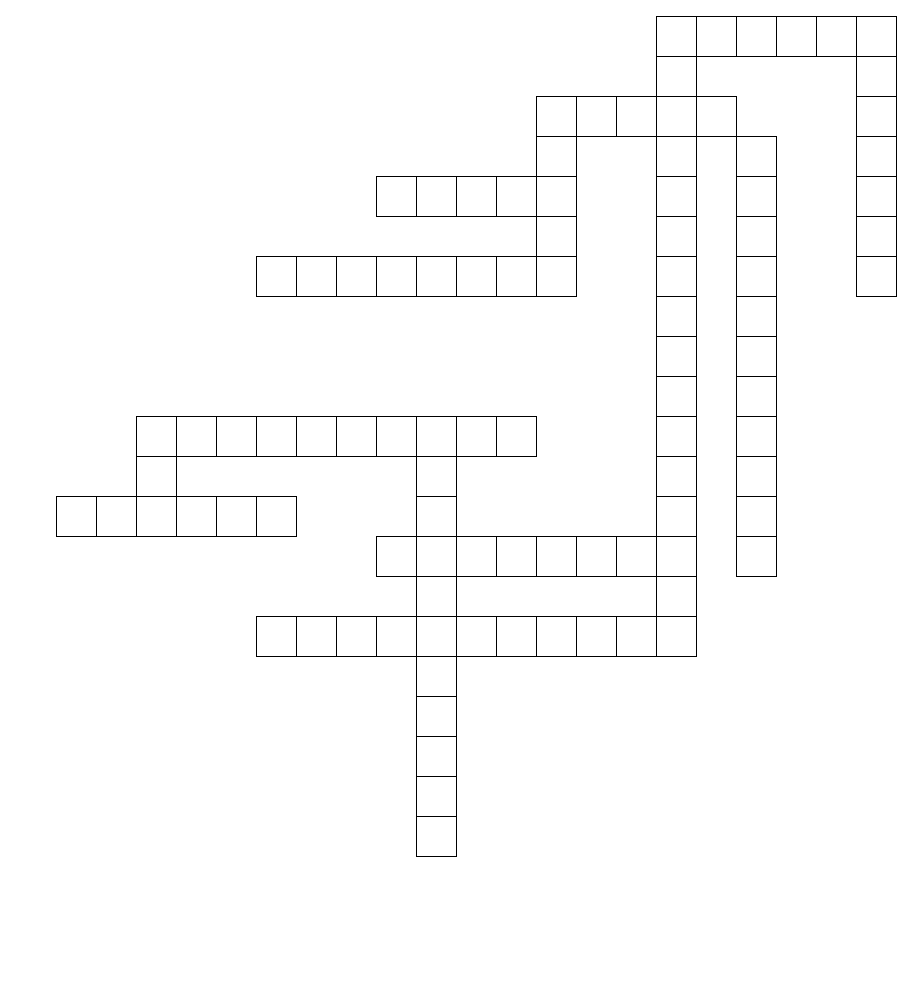
The draw.io diagram Crossword.drawio in GeorgeShvab/diagrams, before the edit. Source tidied: cells renumbered, new cells numbered last; positions are measured from the earlier drawing's top-left corner, leaving out a move shared by most shapes. Both pictures are drawn from the tidied source at 100%, with x=0, y=0 at pixel (56, 16).
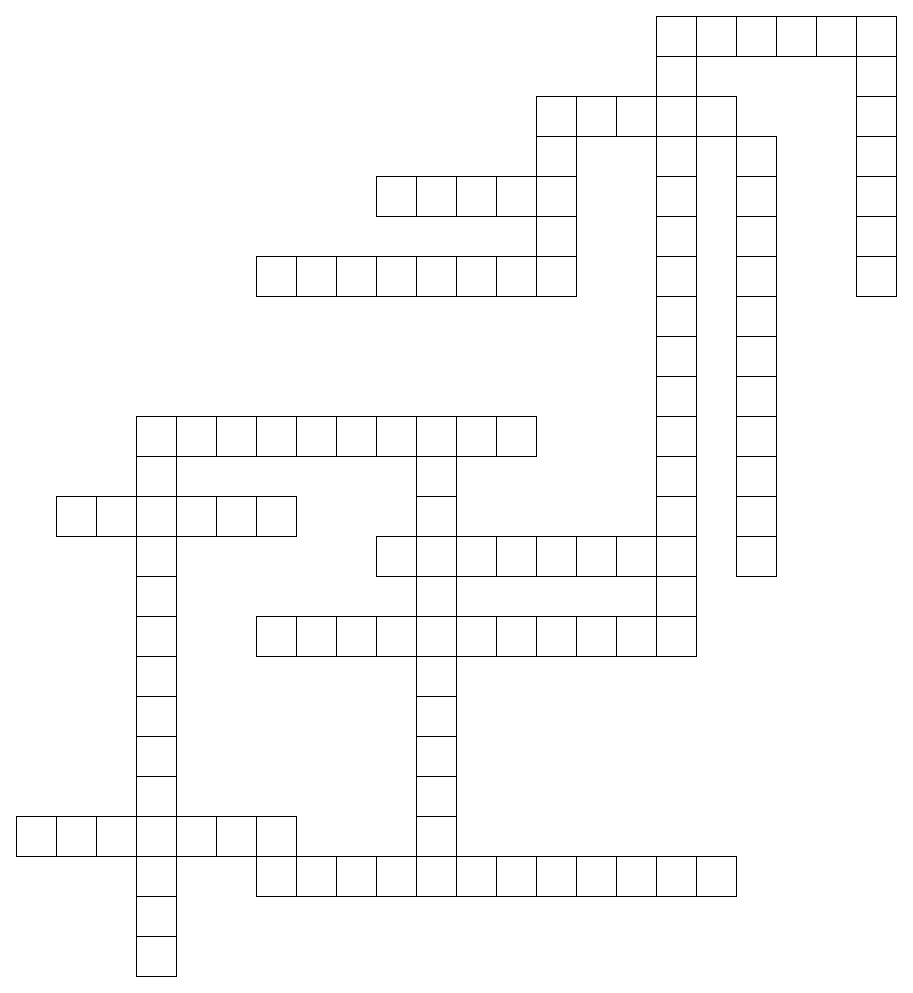
Above is the later version.

The edit, as a diff of the source:
```diff
@@
+    <mxCell id="101" style="rounded=0;whiteSpace=wrap;html=1;" parent="1" vertex="1">
+      <mxGeometry x="200" y="800" width="40" height="40" as="geometry" />
+    </mxCell>
+    <mxCell id="102" style="rounded=0;whiteSpace=wrap;html=1;" parent="1" vertex="1">
+      <mxGeometry x="-40" y="800" width="40" height="40" as="geometry" />
+    </mxCell>
+    <mxCell id="103" style="rounded=0;whiteSpace=wrap;html=1;" parent="1" vertex="1">
+      <mxGeometry x="160" y="800" width="40" height="40" as="geometry" />
+    </mxCell>
+    <mxCell id="104" style="rounded=0;whiteSpace=wrap;html=1;" parent="1" vertex="1">
+      <mxGeometry x="120" y="800" width="40" height="40" as="geometry" />
+    </mxCell>
+    <mxCell id="105" style="rounded=0;whiteSpace=wrap;html=1;" parent="1" vertex="1">
+      <mxGeometry x="80" y="800" width="40" height="40" as="geometry" />
+    </mxCell>
+    <mxCell id="106" style="rounded=0;whiteSpace=wrap;html=1;" parent="1" vertex="1">
+      <mxGeometry x="40" y="800" width="40" height="40" as="geometry" />
+    </mxCell>
+    <mxCell id="107" style="rounded=0;whiteSpace=wrap;html=1;" parent="1" vertex="1">
+      <mxGeometry y="800" width="40" height="40" as="geometry" />
+    </mxCell>
+    <mxCell id="108" style="rounded=0;whiteSpace=wrap;html=1;" parent="1" vertex="1">
+      <mxGeometry x="80" y="840" width="40" height="40" as="geometry" />
+    </mxCell>
+    <mxCell id="109" style="rounded=0;whiteSpace=wrap;html=1;" parent="1" vertex="1">
+      <mxGeometry x="80" y="920" width="40" height="40" as="geometry" />
+    </mxCell>
+    <mxCell id="110" style="rounded=0;whiteSpace=wrap;html=1;" parent="1" vertex="1">
+      <mxGeometry x="80" y="880" width="40" height="40" as="geometry" />
+    </mxCell>
+    <mxCell id="111" style="rounded=0;whiteSpace=wrap;html=1;" parent="1" vertex="1">
+      <mxGeometry x="80" y="560" width="40" height="40" as="geometry" />
+    </mxCell>
+    <mxCell id="112" style="rounded=0;whiteSpace=wrap;html=1;" parent="1" vertex="1">
+      <mxGeometry x="80" y="600" width="40" height="40" as="geometry" />
+    </mxCell>
+    <mxCell id="113" style="rounded=0;whiteSpace=wrap;html=1;" parent="1" vertex="1">
+      <mxGeometry x="80" y="640" width="40" height="40" as="geometry" />
+    </mxCell>
+    <mxCell id="114" style="rounded=0;whiteSpace=wrap;html=1;" parent="1" vertex="1">
+      <mxGeometry x="80" y="760" width="40" height="40" as="geometry" />
+    </mxCell>
+    <mxCell id="115" style="rounded=0;whiteSpace=wrap;html=1;" parent="1" vertex="1">
+      <mxGeometry x="80" y="720" width="40" height="40" as="geometry" />
+    </mxCell>
+    <mxCell id="116" style="rounded=0;whiteSpace=wrap;html=1;" parent="1" vertex="1">
+      <mxGeometry x="80" y="680" width="40" height="40" as="geometry" />
+    </mxCell>
+    <mxCell id="117" style="rounded=0;whiteSpace=wrap;html=1;" parent="1" vertex="1">
+      <mxGeometry x="80" y="520" width="40" height="40" as="geometry" />
+    </mxCell>
+    <mxCell id="118" style="rounded=0;whiteSpace=wrap;html=1;" parent="1" vertex="1">
+      <mxGeometry x="320" y="840" width="40" height="40" as="geometry" />
+    </mxCell>
+    <mxCell id="119" style="rounded=0;whiteSpace=wrap;html=1;" parent="1" vertex="1">
+      <mxGeometry x="280" y="840" width="40" height="40" as="geometry" />
+    </mxCell>
+    <mxCell id="120" style="rounded=0;whiteSpace=wrap;html=1;" parent="1" vertex="1">
+      <mxGeometry x="240" y="840" width="40" height="40" as="geometry" />
+    </mxCell>
+    <mxCell id="121" style="rounded=0;whiteSpace=wrap;html=1;" parent="1" vertex="1">
+      <mxGeometry x="200" y="840" width="40" height="40" as="geometry" />
+    </mxCell>
+    <mxCell id="122" style="rounded=0;whiteSpace=wrap;html=1;" parent="1" vertex="1">
+      <mxGeometry x="600" y="840" width="40" height="40" as="geometry" />
+    </mxCell>
+    <mxCell id="123" style="rounded=0;whiteSpace=wrap;html=1;" parent="1" vertex="1">
+      <mxGeometry x="560" y="840" width="40" height="40" as="geometry" />
+    </mxCell>
+    <mxCell id="124" style="rounded=0;whiteSpace=wrap;html=1;" parent="1" vertex="1">
+      <mxGeometry x="520" y="840" width="40" height="40" as="geometry" />
+    </mxCell>
+    <mxCell id="125" style="rounded=0;whiteSpace=wrap;html=1;" parent="1" vertex="1">
+      <mxGeometry x="480" y="840" width="40" height="40" as="geometry" />
+    </mxCell>
+    <mxCell id="126" style="rounded=0;whiteSpace=wrap;html=1;" parent="1" vertex="1">
+      <mxGeometry x="440" y="840" width="40" height="40" as="geometry" />
+    </mxCell>
+    <mxCell id="127" style="rounded=0;whiteSpace=wrap;html=1;" parent="1" vertex="1">
+      <mxGeometry x="400" y="840" width="40" height="40" as="geometry" />
+    </mxCell>
+    <mxCell id="128" style="rounded=0;whiteSpace=wrap;html=1;" parent="1" vertex="1">
+      <mxGeometry x="360" y="840" width="40" height="40" as="geometry" />
+    </mxCell>
+    <mxCell id="129" style="rounded=0;whiteSpace=wrap;html=1;" parent="1" vertex="1">
+      <mxGeometry x="640" y="840" width="40" height="40" as="geometry" />
+    </mxCell>
```
